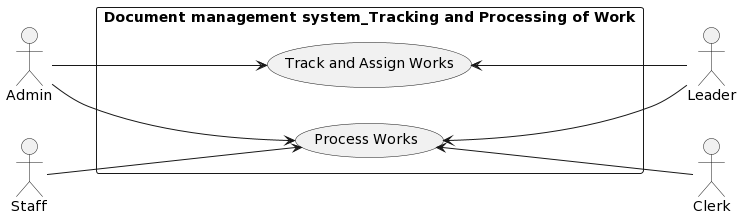
Earlier version of the PlantUML export Lab1/Lab1.2/UseCaseDiagram/Tracking and Processing of Work UseCase/Tracking and Processing of Work UseCase.png (khoapham1003/SE357-Pratice-class).
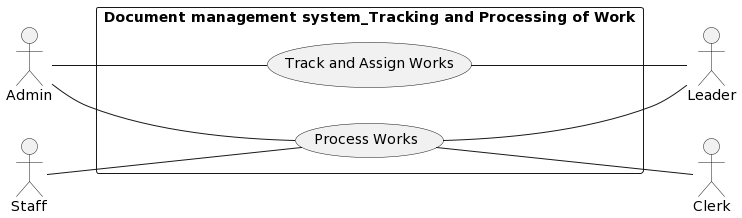
The same file after the commit.

Diff of the diagram source:
```diff
@@ -9,17 +9,17 @@
 rectangle "Document management system_Tracking and Processing of Work" {
 
 
-Admin --> (Process Works)
-Admin --> (Track and Assign Works)
+Admin -- (Process Works)
+Admin -- (Track and Assign Works)
 
-Leader -up-> (Track and Assign Works)
-Leader -up-> (Process Works)
+Leader -up- (Track and Assign Works)
+Leader -up- (Process Works)
 
 
-Clerk -up-> (Process Works)
+Clerk -up- (Process Works)
 
 
-Staff --> (Process Works)
+Staff -- (Process Works)
 
 }
 @enduml
```
